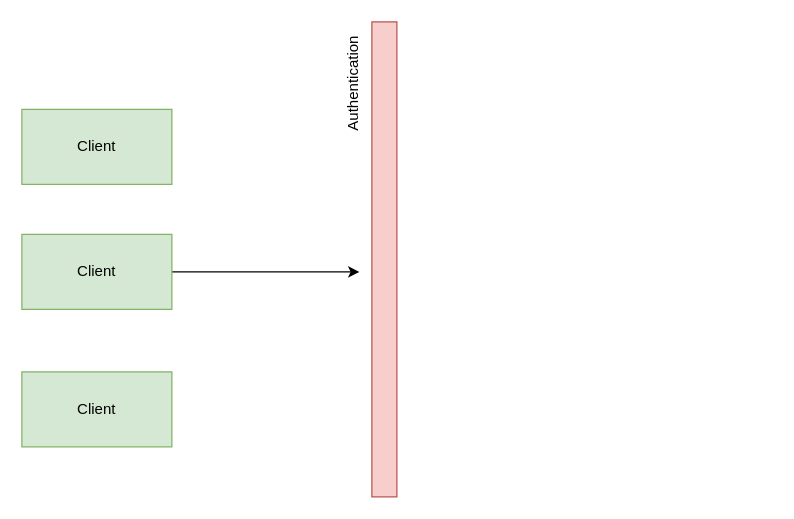
Earlier version of the draw.io diagram WAS Working.drawio (Leadsales/drawio). Source tidied: cells renumbered, new cells numbered last; positions are measured from the earlier drawing's top-left corner, leaving out a move shared by most shapes. Both pictures are drawn from the tidied source at 125%, with x=0, y=0 at pixel (21, 21).
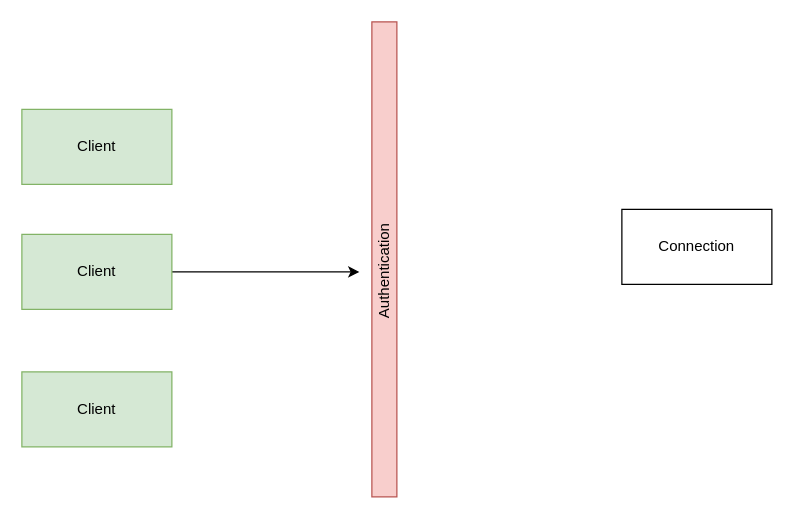
Above is the later version.

Diff of the diagram source:
```diff
@@
 <mxGraphModel>
   <root>
     <mxCell id="0" />
     <mxCell id="1" parent="0" />
     <mxCell id="2" value="Client" style="rounded=0;whiteSpace=wrap;html=1;fillColor=#d5e8d4;strokeColor=#82b366;" parent="1" vertex="1">
       <mxGeometry y="70" width="120" height="60" as="geometry" />
     </mxCell>
     <mxCell id="3" style="edgeStyle=orthogonalEdgeStyle;rounded=0;jettySize=auto;html=1;" parent="1" edge="1" source="4">
       <mxGeometry relative="1" as="geometry">
         <mxPoint x="270" y="200" as="targetPoint" />
       </mxGeometry>
     </mxCell>
     <mxCell id="4" value="Client" style="rounded=0;whiteSpace=wrap;html=1;fillColor=#d5e8d4;strokeColor=#82b366;" parent="1" vertex="1">
       <mxGeometry y="170" width="120" height="60" as="geometry" />
     </mxCell>
     <mxCell id="5" value="Client" style="rounded=0;whiteSpace=wrap;html=1;fillColor=#d5e8d4;strokeColor=#82b366;" parent="1" vertex="1">
       <mxGeometry y="280" width="120" height="60" as="geometry" />
     </mxCell>
     <mxCell id="6" style="rounded=0;whiteSpace=wrap;html=1;fillColor=#f8cecc;strokeColor=#b85450;" parent="1" vertex="1">
       <mxGeometry x="280" width="20" height="380" as="geometry" />
     </mxCell>
     <mxCell id="7" value="Authentication" style="text;html=1;align=center;verticalAlign=middle;strokeColor=none;fillColor=none;rotation=-90;" parent="1" vertex="1">
-      <mxGeometry x="220" y="40" width="90" height="20" as="geometry" />
+      <mxGeometry x="245" y="190" width="90" height="20" as="geometry" />
     </mxCell>
+    <mxCell id="8" value="Connection" style="rounded=0;whiteSpace=wrap;html=1;" parent="1" vertex="1">
+      <mxGeometry x="480" y="150" width="120" height="60" as="geometry" />
+    </mxCell>
   </root>
 </mxGraphModel>
```
